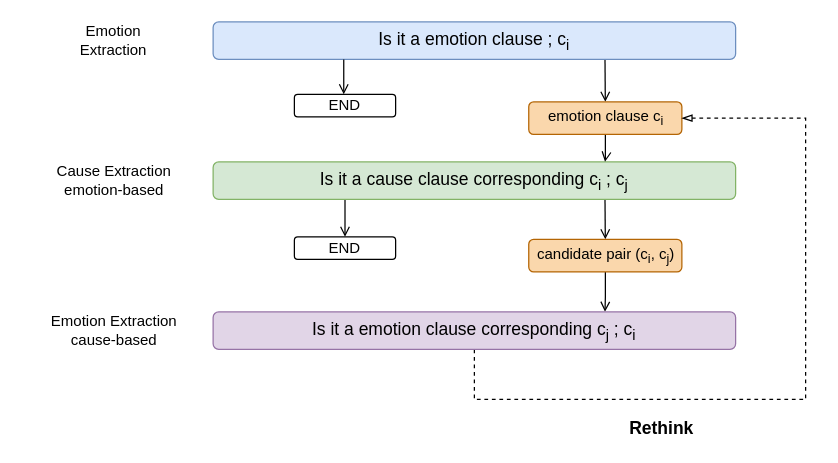
Before: Untitled Diagram.drawio in zhoucz97/myLearning, a draw.io diagram. Source tidied: cells renumbered, new cells numbered last; positions are measured from the earlier drawing's top-left corner, leaving out a move shared by most shapes. Both pictures are drawn from the tidied source at 125%, with x=0, y=0 at pixel (21, 21).
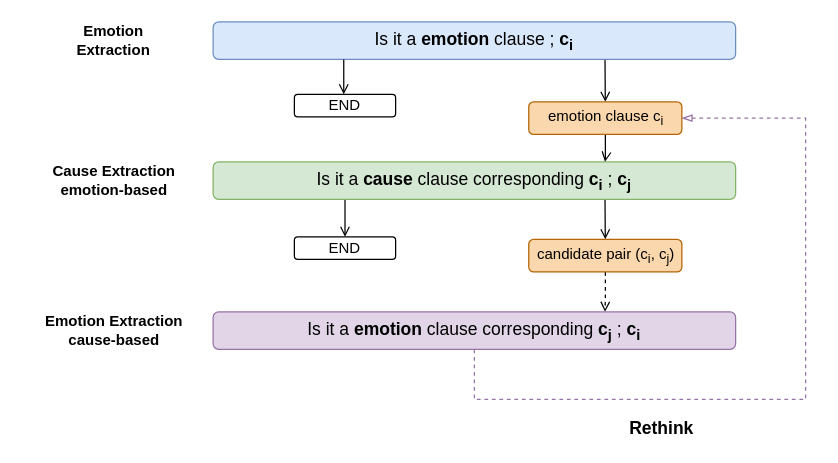
Above is the later version.

The change refers to these unchanged cells:
```xml
<mxCell id="10" value="emotion clause c&lt;sub&gt;i&lt;/sub&gt;" style="rounded=1;whiteSpace=wrap;html=1;fillColor=#fad7ac;strokeColor=#b46504;" parent="1" vertex="1">
  <mxGeometry x="405.5" y="64" width="122.5" height="26" as="geometry" />
</mxCell>
<mxCell id="13" value="candidate pair (c&lt;sub&gt;i&lt;/sub&gt;, c&lt;sub&gt;j&lt;/sub&gt;)" style="rounded=1;whiteSpace=wrap;html=1;fillColor=#fad7ac;strokeColor=#b46504;" parent="1" vertex="1">
  <mxGeometry x="405.5" y="174" width="122.5" height="26" as="geometry" />
</mxCell>
```

Change to the diagram source:
```diff
@@
-    <mxCell id="3" value="&lt;font style=&quot;font-size: 14px&quot;&gt;Is it a emotion clause ; c&lt;sub&gt;i&lt;/sub&gt;&lt;/font&gt;" style="rounded=1;whiteSpace=wrap;html=1;fillColor=#dae8fc;strokeColor=#6c8ebf;" parent="1" vertex="1">
+    <mxCell id="3" value="&lt;font style=&quot;font-size: 14px&quot;&gt;Is it a &lt;b&gt;emotion&lt;/b&gt; clause ; &lt;b&gt;c&lt;sub&gt;i&lt;/sub&gt;&lt;/b&gt;&lt;/font&gt;" style="rounded=1;whiteSpace=wrap;html=1;fillColor=#dae8fc;strokeColor=#6c8ebf;" parent="1" vertex="1">
       <mxGeometry x="153" width="418" height="30" as="geometry" />
     </mxCell>
@@
-    <mxCell id="8" value="&lt;font style=&quot;font-size: 14px&quot;&gt;Is it a cause clause corresponding c&lt;sub&gt;i&lt;/sub&gt; ; c&lt;sub&gt;j&lt;/sub&gt;&lt;/font&gt;" style="rounded=1;whiteSpace=wrap;html=1;fillColor=#d5e8d4;strokeColor=#82b366;" parent="1" vertex="1">
+    <mxCell id="8" value="&lt;font style=&quot;font-size: 14px&quot;&gt;Is it a &lt;b&gt;cause&lt;/b&gt; clause corresponding &lt;b&gt;c&lt;sub&gt;i&lt;/sub&gt;&lt;/b&gt; ; &lt;b&gt;c&lt;sub&gt;j&lt;/sub&gt;&lt;/b&gt;&lt;/font&gt;" style="rounded=1;whiteSpace=wrap;html=1;fillColor=#d5e8d4;strokeColor=#82b366;" parent="1" vertex="1">
       <mxGeometry x="153" y="112" width="418" height="30" as="geometry" />
     </mxCell>
@@
-    <mxCell id="12" style="edgeStyle=orthogonalEdgeStyle;rounded=0;jettySize=auto;html=1;entryX=0.75;entryY=0;entryDx=0;entryDy=0;endArrow=open;endFill=0;" parent="1" edge="1" source="13" target="15">
+    <mxCell id="12" style="edgeStyle=orthogonalEdgeStyle;rounded=0;jettySize=auto;html=1;entryX=0.75;entryY=0;entryDx=0;entryDy=0;endArrow=open;endFill=0;dashed=1;" parent="1" edge="1" source="13" target="15">
       <mxGeometry relative="1" as="geometry" />
     </mxCell>
@@
-    <mxCell id="14" style="rounded=0;jettySize=auto;html=1;entryX=1;entryY=0.5;entryDx=0;entryDy=0;exitX=0.5;exitY=1;exitDx=0;exitDy=0;edgeStyle=orthogonalEdgeStyle;endArrow=blockThin;endFill=0;dashed=1;" parent="1" edge="1" source="15" target="10">
+    <mxCell id="14" style="rounded=0;jettySize=auto;html=1;entryX=1;entryY=0.5;entryDx=0;entryDy=0;exitX=0.5;exitY=1;exitDx=0;exitDy=0;edgeStyle=orthogonalEdgeStyle;endArrow=blockThin;endFill=0;dashed=1;fillColor=#e1d5e7;strokeColor=#9673a6;" parent="1" edge="1" source="15" target="10">
       <mxGeometry relative="1" as="geometry">
         <Array as="points">
           <mxPoint x="362" y="302" />
           <mxPoint x="627" y="302" />
           <mxPoint x="627" y="77" />
         </Array>
       </mxGeometry>
     </mxCell>
-    <mxCell id="15" value="&lt;font style=&quot;font-size: 14px&quot;&gt;Is it a emotion clause corresponding c&lt;sub&gt;j&lt;/sub&gt;&amp;nbsp;; c&lt;sub&gt;i&lt;/sub&gt;&lt;/font&gt;" style="rounded=1;whiteSpace=wrap;html=1;fillColor=#e1d5e7;strokeColor=#9673a6;" parent="1" vertex="1">
+    <mxCell id="15" value="&lt;font style=&quot;font-size: 14px&quot;&gt;Is it a &lt;b&gt;emotion&lt;/b&gt; clause corresponding &lt;b&gt;c&lt;sub&gt;j&lt;/sub&gt;&lt;/b&gt;&amp;nbsp;; &lt;b&gt;c&lt;sub&gt;i&lt;/sub&gt;&lt;/b&gt;&lt;/font&gt;" style="rounded=1;whiteSpace=wrap;html=1;fillColor=#e1d5e7;strokeColor=#9673a6;" parent="1" vertex="1">
       <mxGeometry x="153" y="232" width="418" height="30" as="geometry" />
     </mxCell>
-    <mxCell id="16" value="Emotion&lt;br&gt;Extraction" style="text;html=1;strokeColor=none;fillColor=none;align=center;verticalAlign=middle;whiteSpace=wrap;rounded=0;" parent="1" vertex="1">
+    <mxCell id="16" value="&lt;b&gt;Emotion&lt;br&gt;Extraction&lt;/b&gt;" style="text;html=1;strokeColor=none;fillColor=none;align=center;verticalAlign=middle;whiteSpace=wrap;rounded=0;" parent="1" vertex="1">
       <mxGeometry y="5" width="147" height="20" as="geometry" />
     </mxCell>
-    <mxCell id="17" value="Cause Extraction &lt;br&gt;emotion-based" style="text;html=1;strokeColor=none;fillColor=none;align=center;verticalAlign=middle;whiteSpace=wrap;rounded=0;" parent="1" vertex="1">
+    <mxCell id="17" value="&lt;b&gt;Cause Extraction &lt;br&gt;emotion-based&lt;/b&gt;" style="text;html=1;strokeColor=none;fillColor=none;align=center;verticalAlign=middle;whiteSpace=wrap;rounded=0;" parent="1" vertex="1">
       <mxGeometry x="5.8" y="117" width="135.5" height="20" as="geometry" />
     </mxCell>
-    <mxCell id="18" value="Emotion Extraction &lt;br&gt;cause-based" style="text;html=1;strokeColor=none;fillColor=none;align=center;verticalAlign=middle;whiteSpace=wrap;rounded=0;" parent="1" vertex="1">
+    <mxCell id="18" value="&lt;b&gt;Emotion Extraction &lt;br&gt;cause-based&lt;/b&gt;" style="text;html=1;strokeColor=none;fillColor=none;align=center;verticalAlign=middle;whiteSpace=wrap;rounded=0;" parent="1" vertex="1">
       <mxGeometry x="6.5" y="237" width="134" height="20" as="geometry" />
     </mxCell>
```
